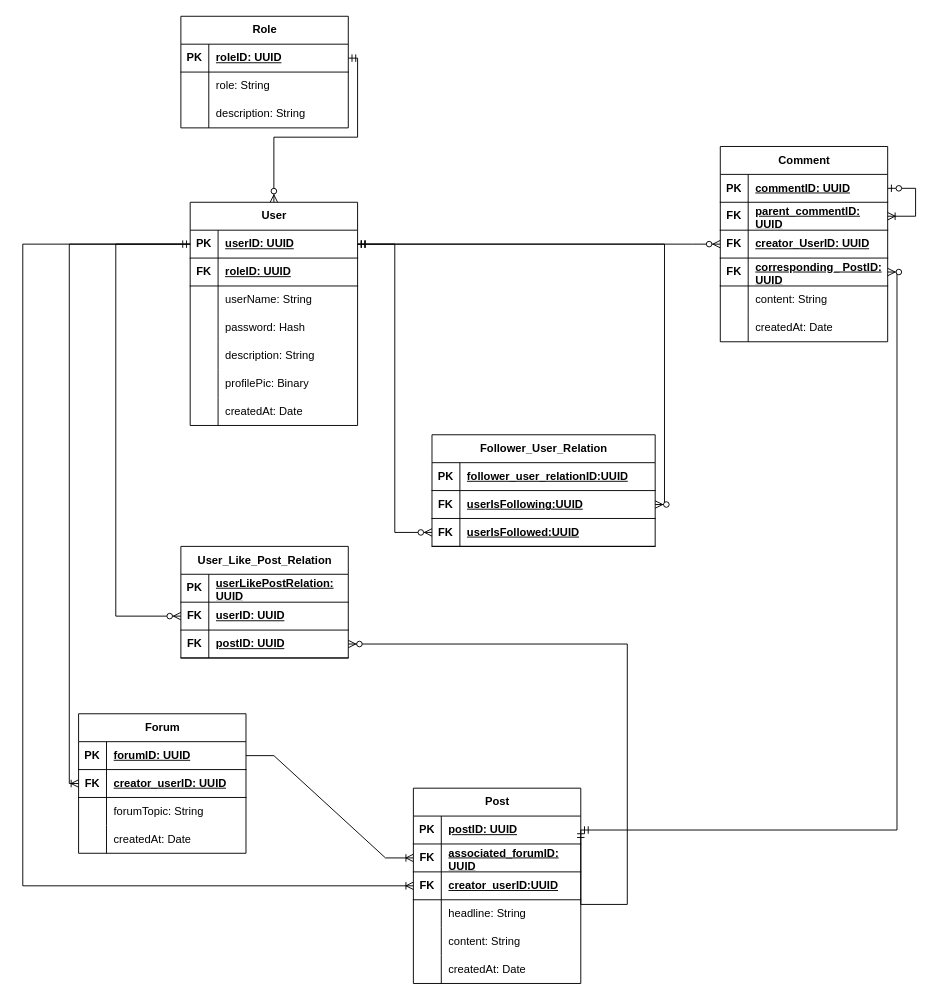
Before: slottymedia-docs/resources/Anwendungsprojekt_Social.drawio in SlottySlots/Spaces, a draw.io diagram. Source tidied: cells renumbered, new cells numbered last; positions are measured from the earlier drawing's top-left corner, leaving out a move shared by most shapes. Both pictures are drawn from the tidied source at 93%, with x=0, y=0 at pixel (22, 16).
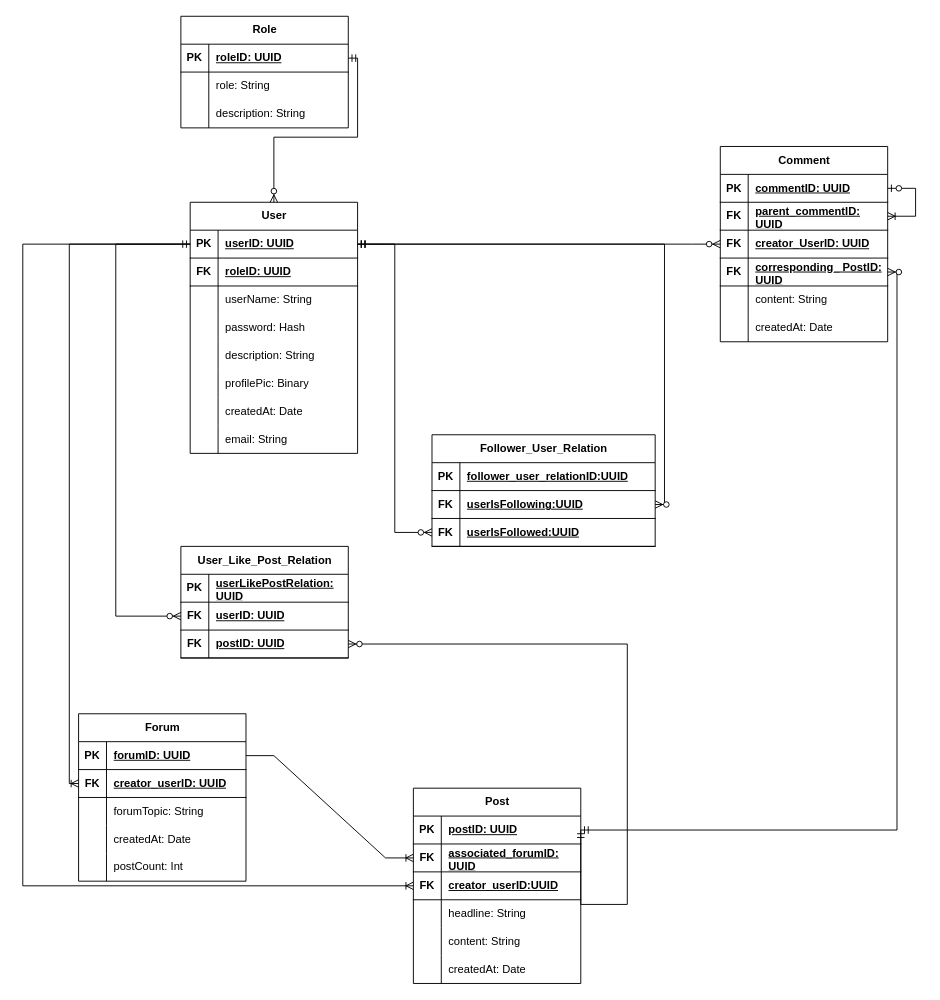
After the change.

Commit message (it also covers changes not shown here):
docs: updated SlottyMedia ERM Model

Change to the diagram source:
```diff
@@
     <mxCell id="2" value="User" style="shape=table;startSize=30;childLayout=tableLayout;rowLines=0;fontStyle=1;align=center;html=1;" parent="1" vertex="1">
-      <mxGeometry x="180" y="200" width="180" height="240" as="geometry" />
+      <mxGeometry x="180" y="200" width="180" height="270" as="geometry" />
     </mxCell>
@@
+    <mxCell id="116" style="shape=tableRow;horizontal=0;startSize=0;swimlaneHead=0;swimlaneBody=0;fillColor=none;top=0;left=0;right=0;bottom=0;" parent="2" vertex="1">
+      <mxGeometry y="240" width="180" height="30" as="geometry" />
+    </mxCell>
+    <mxCell id="117" style="shape=partialRectangle;fillColor=none;top=0;left=0;bottom=0;right=0;overflow=hidden;whiteSpace=wrap;html=1;" parent="116" vertex="1">
+      <mxGeometry width="30" height="30" as="geometry" />
+    </mxCell>
+    <mxCell id="118" value="email: String" style="shape=partialRectangle;fillColor=none;top=0;left=0;bottom=0;right=0;align=left;spacingLeft=6;overflow=hidden;whiteSpace=wrap;html=1;" parent="116" vertex="1">
+      <mxGeometry x="30" width="150" height="30" as="geometry" />
+    </mxCell>
@@
     <mxCell id="100" value="Forum" style="shape=table;startSize=30;childLayout=tableLayout;rowLines=0;fontStyle=1;align=center;html=1;" parent="1" vertex="1">
-      <mxGeometry x="60" y="750" width="180" height="150" as="geometry" />
+      <mxGeometry x="60" y="750" width="180" height="180" as="geometry" />
     </mxCell>
@@
+    <mxCell id="119" style="shape=tableRow;horizontal=0;startSize=0;swimlaneHead=0;swimlaneBody=0;fillColor=none;top=0;left=0;right=0;bottom=0;" parent="100" vertex="1">
+      <mxGeometry y="150" width="180" height="30" as="geometry" />
+    </mxCell>
+    <mxCell id="120" style="shape=partialRectangle;fillColor=none;top=0;left=0;bottom=0;right=0;overflow=hidden;whiteSpace=wrap;html=1;" parent="119" vertex="1">
+      <mxGeometry width="30" height="30" as="geometry" />
+    </mxCell>
+    <mxCell id="121" value="postCount: Int" style="shape=partialRectangle;fillColor=none;top=0;left=0;bottom=0;right=0;align=left;spacingLeft=6;overflow=hidden;whiteSpace=wrap;html=1;" parent="119" vertex="1">
+      <mxGeometry x="30" width="150" height="30" as="geometry" />
+    </mxCell>
```
